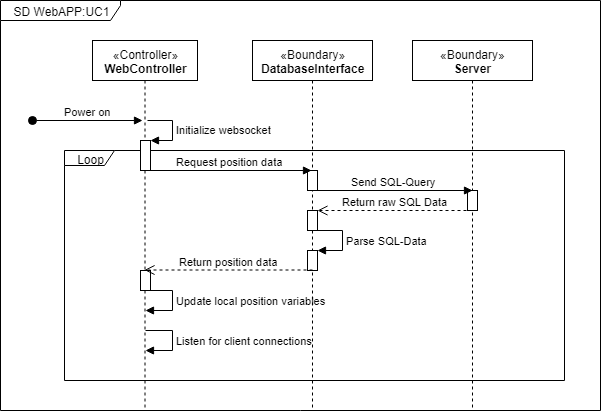
Before: Arkitektur/System Sekvens Diagrammer/WebAPPUC1SEKVENS.png, a diagram exported from draw.io (MkLJensen/iFollow). Source tidied: cells renumbered, new cells last; positions are measured from the earlier drawing's top-left corner, leaving out a move shared by most shapes.
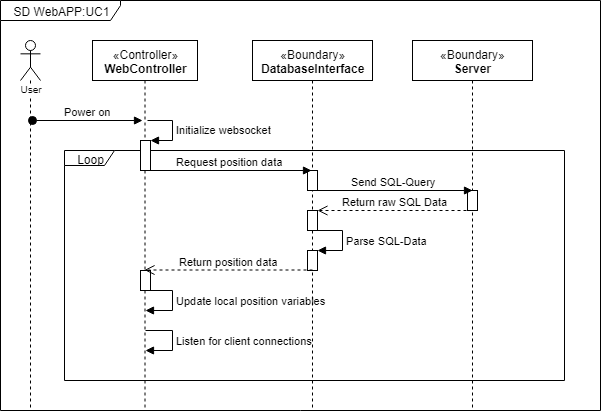
The same file after the commit.

Change to the diagram source:
```diff
@@ -98,5 +98,8 @@
         <mxPoint x="312" y="269.5" as="sourcePoint" />
       </mxGeometry>
     </mxCell>
+    <mxCell id="22" value="User" style="shape=umlLifeline;participant=umlActor;perimeter=lifelinePerimeter;whiteSpace=wrap;html=1;verticalAlign=top;spacingTop=36;labelBackgroundColor=#ffffff;fontSize=10;" parent="1" vertex="1">
+      <mxGeometry x="20" y="40" width="20" height="370" as="geometry" />
+    </mxCell>
   </root>
 </mxGraphModel>
```
